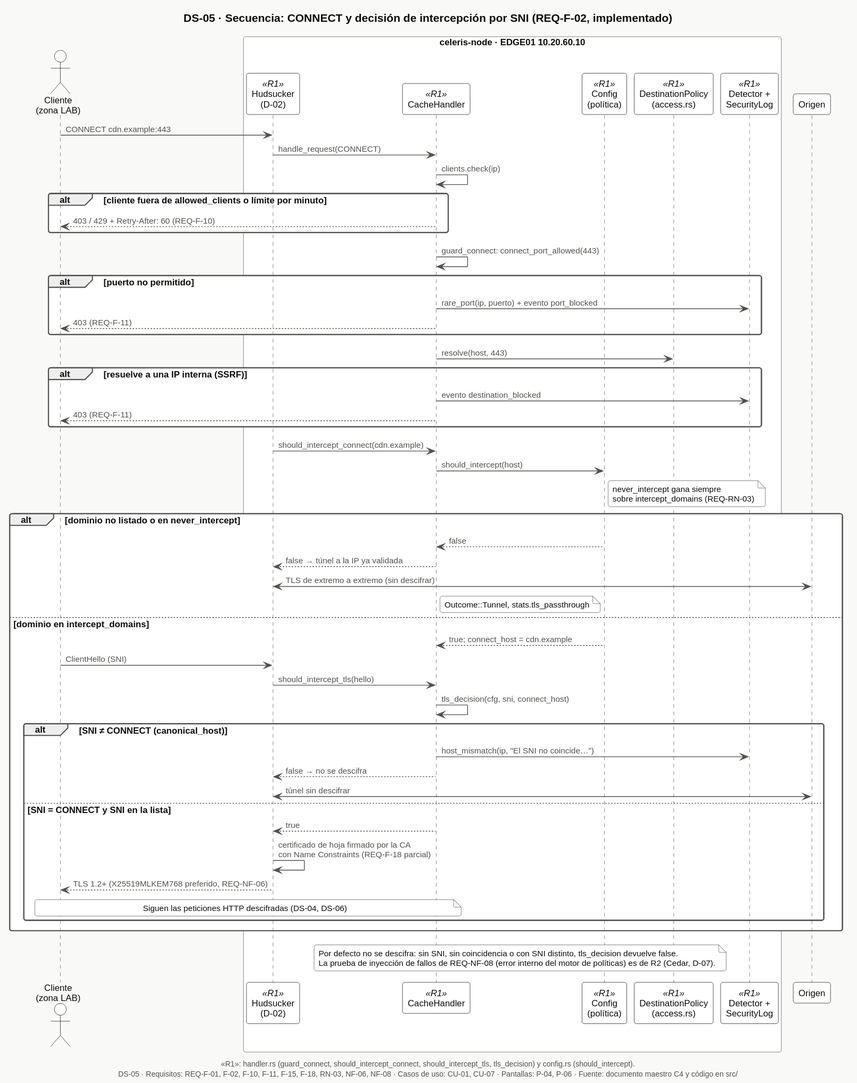
Above: docs/software/e1/diagramas/svg/DS-05-secuencia-connect-sni.svg in Nick-Saim-MJ/Project-Celeris (PlantUML), before the change. Its diagram source:
```plantuml
@startuml
!include _estilo.iuml
title DS-05 · Secuencia: CONNECT y decisión de intercepción por SNI (REQ-F-02, implementado)
caption «R1»: handler.rs (guard_connect, should_intercept_connect, should_intercept_tls, tls_decision) y config.rs (should_intercept).

actor "Cliente\n(zona LAB)" as C
box "celeris-node · EDGE01 10.20.60.10" #FFFFFF
  participant "Hudsucker\n(D-02)" as HS <<R1>>
  participant "CacheHandler" as H <<R1>>
  participant "Config\n(política)" as P <<R1>>
  participant "DestinationPolicy\n(access.rs)" as D <<R1>>
  participant "Detector +\nSecurityLog" as DET <<R1>>
end box
participant "Origen" as O

C -> HS : CONNECT cdn.example:443
HS -> H : handle_request(CONNECT)
H -> H : clients.check(ip)
alt cliente fuera de allowed_clients o límite por minuto
  H --> C : 403 / 429 + Retry-After: 60 (REQ-F-10)
end
H -> H : guard_connect: connect_port_allowed(443)
alt puerto no permitido
  H -> DET : rare_port(ip, puerto) + evento port_blocked
  H --> C : 403 (REQ-F-11)
end
H -> D : resolve(host, 443)
alt resuelve a una IP interna (SSRF)
  H -> DET : evento destination_blocked
  H --> C : 403 (REQ-F-11)
end
HS -> H : should_intercept_connect(cdn.example)
H -> P : should_intercept(host)
note right of P : never_intercept gana siempre\nsobre intercept_domains (REQ-RN-03)

alt dominio no listado o en never_intercept
  P --> H : false
  H --> HS : false → túnel a la IP ya validada
  HS <-> O : TLS de extremo a extremo (sin descifrar)
  note right of H : Outcome::Tunnel, stats.tls_passthrough
else dominio en intercept_domains
  P --> H : true; connect_host = cdn.example
  C -> HS : ClientHello (SNI)
  HS -> H : should_intercept_tls(hello)
  H -> H : tls_decision(cfg, sni, connect_host)
  alt SNI ≠ CONNECT (canonical_host)
    H -> DET : host_mismatch(ip, "El SNI no coincide…")
    H --> HS : false → no se descifra
    HS <-> O : túnel sin descifrar
  else SNI = CONNECT y SNI en la lista
    H --> HS : true
    HS -> HS : certificado de hoja firmado por la CA\ncon Name Constraints (REQ-F-18 parcial)
    HS --> C : TLS 1.2+ (X25519MLKEM768 preferido, REQ-NF-06)
    note over C, H : Siguen las peticiones HTTP descifradas (DS-04, DS-06)
  end
end

note over H, P : Por defecto no se descifra: sin SNI, sin coincidencia o con SNI distinto, tls_decision devuelve false.\nLa prueba de inyección de fallos de REQ-NF-08 (error interno del motor de políticas) es de R2 (Cedar, D-07).

$pie("DS-05", "REQ-F-01, F-02, F-10, F-11, F-15, F-18, RN-03, NF-06, NF-08", "CU-01, CU-07", "P-04, P-06")
@enduml
```
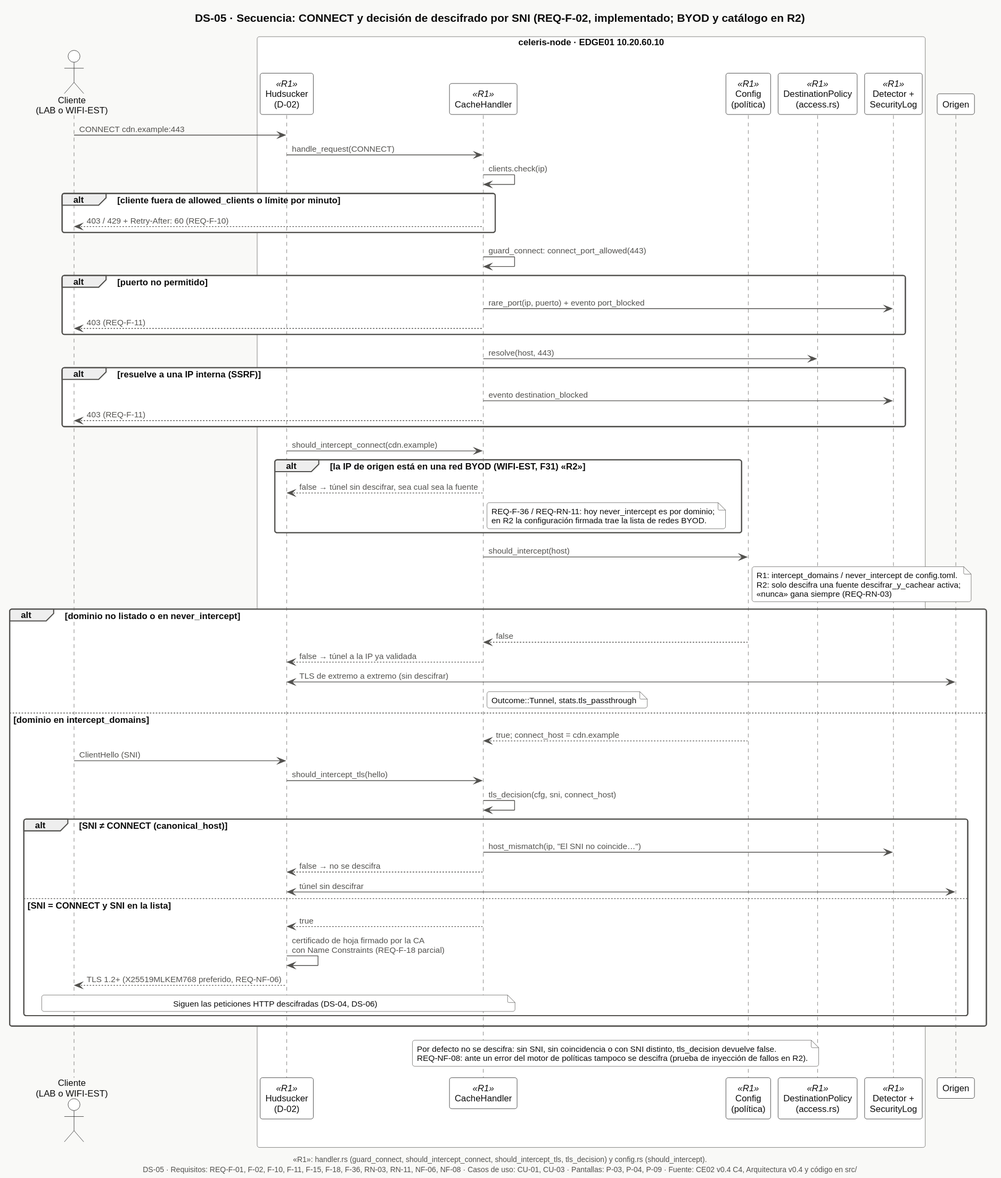
Later version of the same file.

Change to the diagram source:
```diff
@@ -1,9 +1,9 @@
 @startuml
 !include _estilo.iuml
-title DS-05 · Secuencia: CONNECT y decisión de intercepción por SNI (REQ-F-02, implementado)
+title DS-05 · Secuencia: CONNECT y decisión de descifrado por SNI (REQ-F-02, implementado; BYOD y catálogo en R2)
 caption «R1»: handler.rs (guard_connect, should_intercept_connect, should_intercept_tls, tls_decision) y config.rs (should_intercept).
 
-actor "Cliente\n(zona LAB)" as C
+actor "Cliente\n(LAB o WIFI-EST)" as C
 box "celeris-node · EDGE01 10.20.60.10" #FFFFFF
   participant "Hudsucker\n(D-02)" as HS <<R1>>
   participant "CacheHandler" as H <<R1>>
@@ -30,8 +30,12 @@
   H --> C : 403 (REQ-F-11)
 end
 HS -> H : should_intercept_connect(cdn.example)
+alt la IP de origen está en una red BYOD (WIFI-EST, F31) «R2»
+  H --> HS : false → túnel sin descifrar, sea cual sea la fuente
+  note right of H : REQ-F-36 / REQ-RN-11: hoy never_intercept es por dominio;\nen R2 la configuración firmada trae la lista de redes BYOD.
+end
 H -> P : should_intercept(host)
-note right of P : never_intercept gana siempre\nsobre intercept_domains (REQ-RN-03)
+note right of P : R1: intercept_domains / never_intercept de config.toml.\nR2: solo descifra una fuente descifrar_y_cachear activa;\n«nunca» gana siempre (REQ-RN-03)
 
 alt dominio no listado o en never_intercept
   P --> H : false
@@ -55,7 +59,7 @@
   end
 end
 
-note over H, P : Por defecto no se descifra: sin SNI, sin coincidencia o con SNI distinto, tls_decision devuelve false.\nLa prueba de inyección de fallos de REQ-NF-08 (error interno del motor de políticas) es de R2 (Cedar, D-07).
+note over H, P : Por defecto no se descifra: sin SNI, sin coincidencia o con SNI distinto, tls_decision devuelve false.\nREQ-NF-08: ante un error del motor de políticas tampoco se descifra (prueba de inyección de fallos en R2).
 
-$pie("DS-05", "REQ-F-01, F-02, F-10, F-11, F-15, F-18, RN-03, NF-06, NF-08", "CU-01, CU-07", "P-04, P-06")
+$pie("DS-05", "REQ-F-01, F-02, F-10, F-11, F-15, F-18, F-36, RN-03, RN-11, NF-06, NF-08", "CU-01, CU-03", "P-03, P-04, P-09")
 @enduml
```
